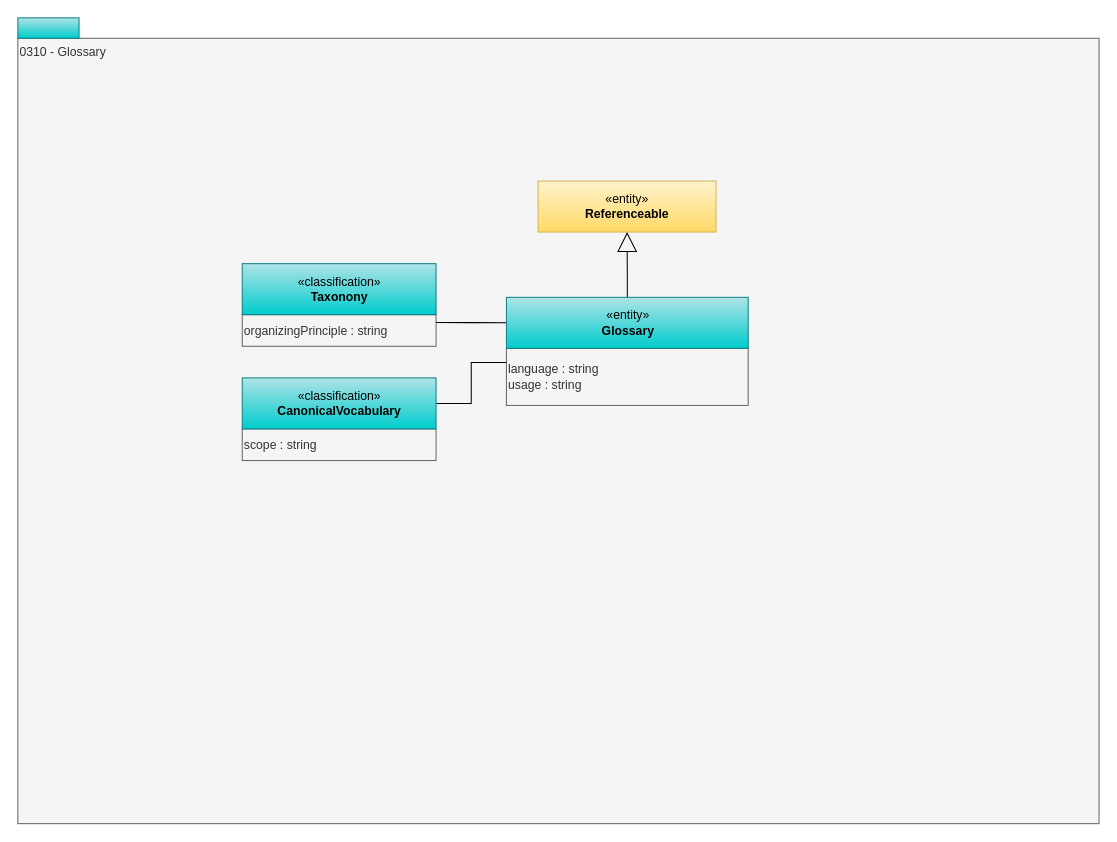
Earlier version of the draw.io diagram page "0310-Glossary" (2 of 12) of site/docs/types/3/area-3-glossary.drawio (odpi/egeria-docs). Source tidied: cells renumbered, new cells numbered last; positions are measured from the earlier drawing's top-left corner, leaving out a move shared by most shapes. Both pictures are drawn from the tidied source at 102%, with x=0, y=0 at pixel (17, 17).
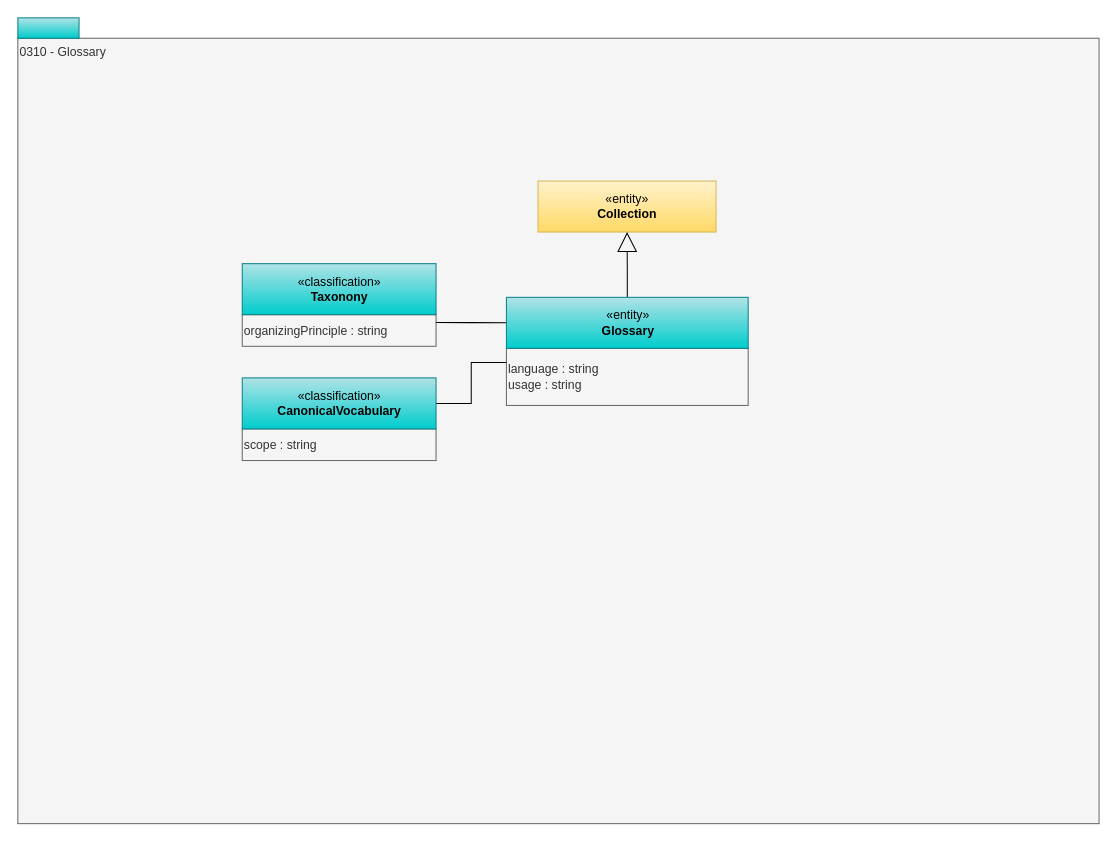
After the change.

Change to the diagram source:
```diff
@@
 <mxGraphModel>
   <root>
     <mxCell id="0" />
     <mxCell id="1" parent="0" />
     <mxCell id="2" value="0310 - Glossary" style="rounded=0;whiteSpace=wrap;html=1;align=left;verticalAlign=top;fillColor=#f5f5f5;fontColor=#333333;strokeColor=#666666;" parent="1" vertex="1">
       <mxGeometry y="20" width="1060" height="770" as="geometry" />
     </mxCell>
     <mxCell id="3" value="organizingPrinciple : string&lt;br&gt;&lt;div style=&quot;text-align: left&quot;&gt;&lt;/div&gt;" style="rounded=0;whiteSpace=wrap;html=1;strokeColor=#666666;align=left;fillColor=#f5f5f5;fontColor=#333333;" parent="1" vertex="1">
       <mxGeometry x="220" y="291" width="190" height="31" as="geometry" />
     </mxCell>
     <mxCell id="4" style="edgeStyle=orthogonalEdgeStyle;rounded=0;jettySize=auto;html=1;exitX=1;exitY=0.25;exitDx=0;exitDy=0;endArrow=none;endFill=0;" parent="1" edge="1" source="3" target="10">
       <mxGeometry relative="1" as="geometry" />
     </mxCell>
     <mxCell id="5" value="«classification»&lt;br&gt;&lt;b&gt;Taxonony&lt;/b&gt;" style="html=1;strokeColor=#0e8088;align=center;fillColor=#b0e3e6;gradientColor=#00CCCC;" parent="1" vertex="1">
       <mxGeometry x="220" y="241" width="190" height="50" as="geometry" />
     </mxCell>
-    <mxCell id="6" value="«entity»&lt;br&gt;&lt;b&gt;Referenceable&lt;/b&gt;" style="html=1;strokeColor=#d6b656;align=center;fillColor=#fff2cc;gradientColor=#ffd966;" parent="1" vertex="1">
+    <mxCell id="6" value="«entity»&lt;br&gt;&lt;b&gt;Collection&lt;/b&gt;" style="html=1;strokeColor=#d6b656;align=center;fillColor=#fff2cc;gradientColor=#ffd966;" parent="1" vertex="1">
       <mxGeometry x="510" y="160" width="174.5" height="50" as="geometry" />
     </mxCell>
     <mxCell id="7" value="language : string&lt;br&gt;usage : string" style="rounded=0;whiteSpace=wrap;html=1;strokeColor=#666666;align=left;fillColor=#f5f5f5;fontColor=#333333;" parent="1" vertex="1">
       <mxGeometry x="479" y="324" width="237" height="56" as="geometry" />
     </mxCell>
     <mxCell id="8" style="rounded=0;whiteSpace=wrap;html=1;align=left;fillColor=#b0e3e6;strokeColor=#0e8088;gradientColor=#00CCCC;" parent="1" vertex="1">
       <mxGeometry width="60" height="20" as="geometry" />
     </mxCell>
     <mxCell id="9" style="edgeStyle=orthogonalEdgeStyle;rounded=0;jettySize=auto;html=1;exitX=0.5;exitY=0;exitDx=0;exitDy=0;endArrow=block;endFill=0;endSize=17;" parent="1" edge="1" source="10" target="6">
       <mxGeometry relative="1" as="geometry" />
     </mxCell>
     <mxCell id="10" value="«entity»&lt;br&gt;&lt;b&gt;Glossary&lt;/b&gt;" style="html=1;strokeColor=#0e8088;align=center;fillColor=#b0e3e6;gradientColor=#00CCCC;" parent="1" vertex="1">
       <mxGeometry x="479" y="274" width="237" height="50" as="geometry" />
     </mxCell>
     <mxCell id="11" value="scope : string&lt;br&gt;&lt;div style=&quot;text-align: left&quot;&gt;&lt;/div&gt;" style="rounded=0;whiteSpace=wrap;html=1;strokeColor=#666666;align=left;fillColor=#f5f5f5;fontColor=#333333;" parent="1" vertex="1">
       <mxGeometry x="220" y="403" width="190" height="31" as="geometry" />
     </mxCell>
     <mxCell id="12" style="edgeStyle=orthogonalEdgeStyle;rounded=0;jettySize=auto;html=1;exitX=1;exitY=0.5;exitDx=0;exitDy=0;endArrow=none;endFill=0;entryX=0;entryY=0.25;entryDx=0;entryDy=0;" parent="1" edge="1" source="13" target="7">
       <mxGeometry relative="1" as="geometry" />
     </mxCell>
     <mxCell id="13" value="«classification»&lt;br&gt;&lt;b&gt;CanonicalVocabulary&lt;/b&gt;" style="html=1;strokeColor=#0e8088;align=center;fillColor=#b0e3e6;gradientColor=#00CCCC;" parent="1" vertex="1">
       <mxGeometry x="220" y="353" width="190" height="50" as="geometry" />
     </mxCell>
   </root>
 </mxGraphModel>
```
